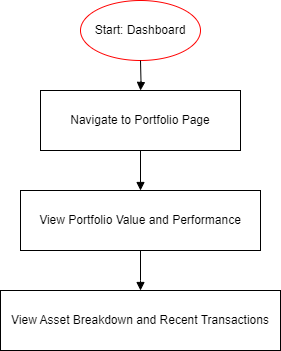
This is Images/portfolio-user-flow.drawio.png from trading-app-ca/part-a-docs, a draw.io export, as it was before one commit. Source tidied: cells renumbered, new cells last; positions are measured from the earlier drawing's top-left corner, leaving out a move shared by most shapes.
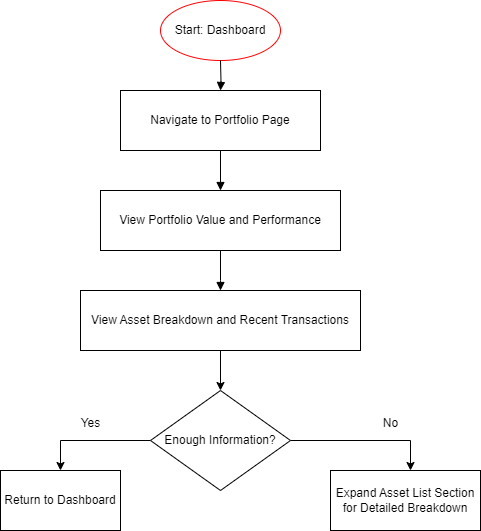
The same diagram one commit later.

Commit message:
docs: Updated some notes on wireframes

What changed in the source:
```diff
@@ -30,5 +30,33 @@
         </Array>
       </mxGeometry>
     </mxCell>
+    <mxCell id="9" style="edgeStyle=orthogonalEdgeStyle;rounded=0;jettySize=auto;html=1;entryX=0.5;entryY=0;entryDx=0;entryDy=0;" parent="1" edge="1" source="11" target="14">
+      <mxGeometry relative="1" as="geometry" />
+    </mxCell>
+    <mxCell id="10" style="edgeStyle=orthogonalEdgeStyle;rounded=0;jettySize=auto;html=1;" parent="1" edge="1" source="11" target="13">
+      <mxGeometry relative="1" as="geometry">
+        <Array as="points">
+          <mxPoint x="330" y="440" />
+        </Array>
+      </mxGeometry>
+    </mxCell>
+    <mxCell id="11" value="Enough Information?" style="rhombus;whiteSpace=wrap;html=1;" parent="1" vertex="1">
+      <mxGeometry x="70" y="390" width="140" height="100" as="geometry" />
+    </mxCell>
+    <mxCell id="12" style="endArrow=classic;html=1;rounded=0;exitX=0.5;exitY=1;exitDx=0;exitDy=0;entryX=0.5;entryY=0;entryDx=0;entryDy=0;" parent="1" edge="1" source="7" target="11">
+      <mxGeometry relative="1" as="geometry" />
+    </mxCell>
+    <mxCell id="13" value="Expand Asset List Section for Detailed Breakdown" style="rounded=0;whiteSpace=wrap;html=1;" parent="1" vertex="1">
+      <mxGeometry x="250" y="470" width="150" height="60" as="geometry" />
+    </mxCell>
+    <mxCell id="14" value="Return to Dashboard" style="rounded=0;whiteSpace=wrap;html=1;" parent="1" vertex="1">
+      <mxGeometry x="-80" y="470" width="120" height="60" as="geometry" />
+    </mxCell>
+    <mxCell id="15" value="Yes" style="text;html=1;align=center;verticalAlign=middle;strokeColor=none;fillColor=none;" parent="1" vertex="1">
+      <mxGeometry x="-10" y="408" width="40" height="30" as="geometry" />
+    </mxCell>
+    <mxCell id="16" value="No" style="text;html=1;align=center;verticalAlign=middle;strokeColor=none;fillColor=none;" parent="1" vertex="1">
+      <mxGeometry x="290" y="408" width="40" height="30" as="geometry" />
+    </mxCell>
   </root>
 </mxGraphModel>
```
